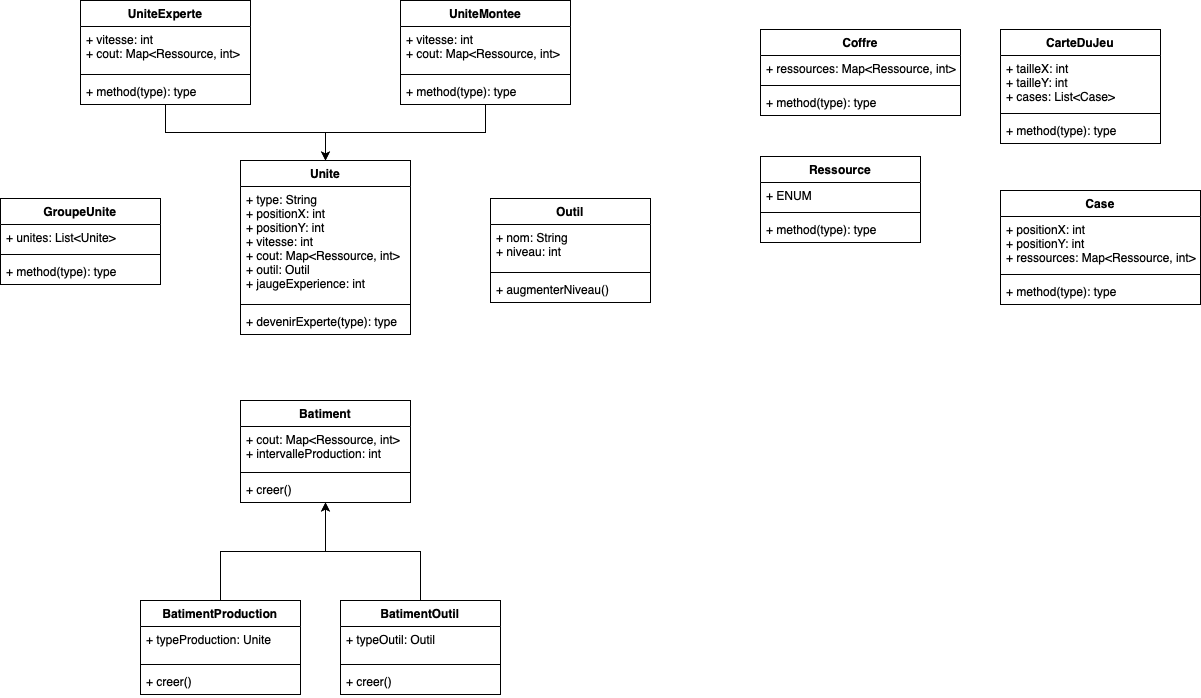
This is diagramme.png from GaruXer/TP-6-projet, a draw.io export, as it was before one commit. Source tidied: cells renumbered, new cells last; positions are measured from the earlier drawing's top-left corner, leaving out a move shared by most shapes.
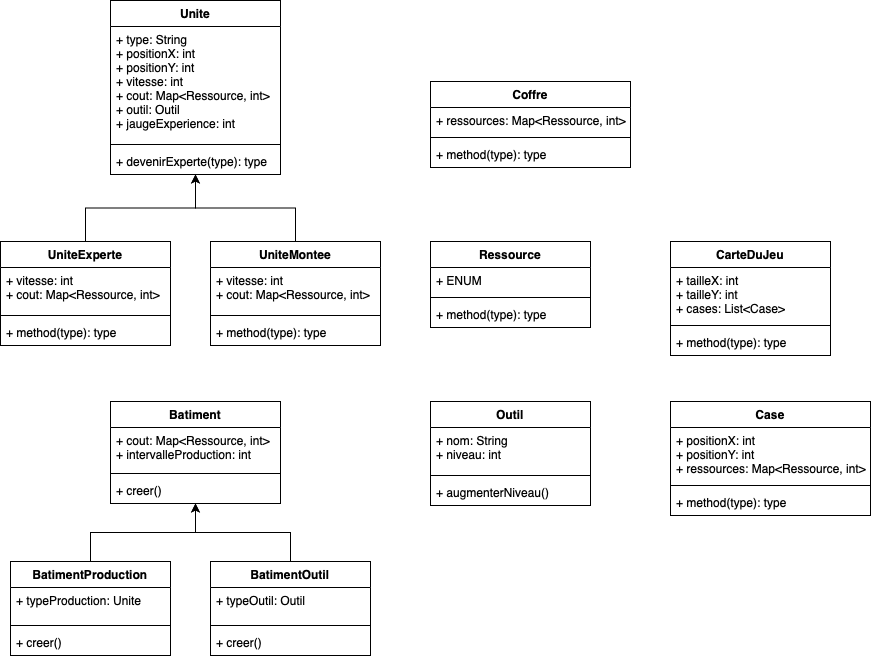
Above is the later version.

Commit message:
modification du diagramme

Change to the diagram source:
```diff
@@ -3,7 +3,7 @@
     <mxCell id="0" />
     <mxCell id="1" parent="0" />
     <mxCell id="2" value="CarteDuJeu" style="swimlane;fontStyle=1;align=center;verticalAlign=top;horizontal=1;startSize=26;whiteSpace=wrap;html=1;" parent="1" vertex="1">
-      <mxGeometry x="1000" y="29" width="160" height="114" as="geometry" />
+      <mxGeometry x="800" y="240" width="160" height="114" as="geometry" />
     </mxCell>
     <mxCell id="3" value="+ tailleX: int&lt;br&gt;+ tailleY: int&lt;br&gt;+ cases: List&amp;lt;Case&amp;gt;" style="text;strokeColor=none;fillColor=none;align=left;verticalAlign=top;spacingLeft=4;spacingRight=4;overflow=hidden;whiteSpace=wrap;html=1;" parent="2" vertex="1">
       <mxGeometry y="26" width="160" height="54" as="geometry" />
@@ -15,7 +15,7 @@
       <mxGeometry y="88" width="160" height="26" as="geometry" />
     </mxCell>
     <mxCell id="6" value="Case" style="swimlane;fontStyle=1;align=center;verticalAlign=top;horizontal=1;startSize=26;whiteSpace=wrap;html=1;" parent="1" vertex="1">
-      <mxGeometry x="1000" y="190" width="200" height="114" as="geometry" />
+      <mxGeometry x="800" y="400" width="200" height="114" as="geometry" />
     </mxCell>
     <mxCell id="7" value="+ positionX: int&lt;br&gt;+ positionY: int&lt;br&gt;+ ressources: Map&amp;lt;Ressource, int&amp;gt;" style="text;strokeColor=none;fillColor=none;align=left;verticalAlign=top;spacingLeft=4;spacingRight=4;overflow=hidden;whiteSpace=wrap;html=1;" parent="6" vertex="1">
       <mxGeometry y="26" width="200" height="54" as="geometry" />
@@ -39,7 +39,7 @@
       <mxGeometry y="76" width="170" height="26" as="geometry" />
     </mxCell>
     <mxCell id="14" value="Unite" style="swimlane;fontStyle=1;align=center;verticalAlign=top;horizontal=1;startSize=26;whiteSpace=wrap;html=1;" parent="1" vertex="1">
-      <mxGeometry x="240" y="160" width="170" height="174" as="geometry" />
+      <mxGeometry x="240" y="-1" width="170" height="174" as="geometry" />
     </mxCell>
     <mxCell id="15" value="+ type: String&lt;br&gt;+ positionX: int&lt;br&gt;+ positionY: int&lt;br&gt;+ vitesse: int&lt;br&gt;+ cout: Map&amp;lt;Ressource, int&amp;gt;&lt;br&gt;+ outil: Outil&lt;br&gt;+ jaugeExperience: int" style="text;strokeColor=none;fillColor=none;align=left;verticalAlign=top;spacingLeft=4;spacingRight=4;overflow=hidden;whiteSpace=wrap;html=1;" parent="14" vertex="1">
       <mxGeometry y="26" width="170" height="114" as="geometry" />
@@ -50,20 +50,8 @@
     <mxCell id="17" value="+ devenirExperte(type): type" style="text;strokeColor=none;fillColor=none;align=left;verticalAlign=top;spacingLeft=4;spacingRight=4;overflow=hidden;whiteSpace=wrap;html=1;" parent="14" vertex="1">
       <mxGeometry y="148" width="170" height="26" as="geometry" />
     </mxCell>
-    <mxCell id="18" value="GroupeUnite" style="swimlane;fontStyle=1;align=center;verticalAlign=top;horizontal=1;startSize=26;whiteSpace=wrap;html=1;" parent="1" vertex="1">
-      <mxGeometry y="198" width="160" height="86" as="geometry" />
-    </mxCell>
-    <mxCell id="19" value="+ unites: List&amp;lt;Unite&amp;gt;" style="text;strokeColor=none;fillColor=none;align=left;verticalAlign=top;spacingLeft=4;spacingRight=4;overflow=hidden;whiteSpace=wrap;html=1;" parent="18" vertex="1">
-      <mxGeometry y="26" width="160" height="26" as="geometry" />
-    </mxCell>
-    <mxCell id="20" style="line;strokeWidth=1;fillColor=none;align=left;verticalAlign=middle;spacingTop=-1;spacingLeft=3;spacingRight=3;labelPosition=right;strokeColor=inherit;" parent="18" vertex="1">
-      <mxGeometry y="52" width="160" height="8" as="geometry" />
-    </mxCell>
-    <mxCell id="21" value="+ method(type): type" style="text;strokeColor=none;fillColor=none;align=left;verticalAlign=top;spacingLeft=4;spacingRight=4;overflow=hidden;whiteSpace=wrap;html=1;" parent="18" vertex="1">
-      <mxGeometry y="60" width="160" height="26" as="geometry" />
-    </mxCell>
     <mxCell id="22" value="Ressource" style="swimlane;fontStyle=1;align=center;verticalAlign=top;horizontal=1;startSize=26;whiteSpace=wrap;html=1;" parent="1" vertex="1">
-      <mxGeometry x="760" y="156" width="160" height="86" as="geometry" />
+      <mxGeometry x="560" y="240" width="160" height="86" as="geometry" />
     </mxCell>
     <mxCell id="23" value="+ ENUM" style="text;strokeColor=none;fillColor=none;align=left;verticalAlign=top;spacingLeft=4;spacingRight=4;overflow=hidden;whiteSpace=wrap;html=1;" parent="22" vertex="1">
       <mxGeometry y="26" width="160" height="26" as="geometry" />
@@ -75,7 +63,7 @@
       <mxGeometry y="60" width="160" height="26" as="geometry" />
     </mxCell>
     <mxCell id="26" value="Outil" style="swimlane;fontStyle=1;align=center;verticalAlign=top;horizontal=1;startSize=26;whiteSpace=wrap;html=1;" parent="1" vertex="1">
-      <mxGeometry x="490" y="198" width="160" height="104" as="geometry" />
+      <mxGeometry x="560" y="400" width="160" height="104" as="geometry" />
     </mxCell>
     <mxCell id="27" value="+ nom: String&lt;br&gt;+ niveau: int" style="text;strokeColor=none;fillColor=none;align=left;verticalAlign=top;spacingLeft=4;spacingRight=4;overflow=hidden;whiteSpace=wrap;html=1;" parent="26" vertex="1">
       <mxGeometry y="26" width="160" height="44" as="geometry" />
@@ -87,7 +75,7 @@
       <mxGeometry y="78" width="160" height="26" as="geometry" />
     </mxCell>
     <mxCell id="30" value="Coffre" style="swimlane;fontStyle=1;align=center;verticalAlign=top;horizontal=1;startSize=26;whiteSpace=wrap;html=1;" parent="1" vertex="1">
-      <mxGeometry x="760" y="29" width="200" height="86" as="geometry" />
+      <mxGeometry x="560" y="80" width="200" height="86" as="geometry" />
     </mxCell>
     <mxCell id="31" value="+ ressources: Map&amp;lt;Ressource, int&amp;gt;" style="text;strokeColor=none;fillColor=none;align=left;verticalAlign=top;spacingLeft=4;spacingRight=4;overflow=hidden;whiteSpace=wrap;html=1;" parent="30" vertex="1">
       <mxGeometry y="26" width="200" height="26" as="geometry" />
@@ -98,11 +86,11 @@
     <mxCell id="33" value="+ method(type): type" style="text;strokeColor=none;fillColor=none;align=left;verticalAlign=top;spacingLeft=4;spacingRight=4;overflow=hidden;whiteSpace=wrap;html=1;" parent="30" vertex="1">
       <mxGeometry y="60" width="200" height="26" as="geometry" />
     </mxCell>
-    <mxCell id="34" style="edgeStyle=orthogonalEdgeStyle;rounded=0;jettySize=auto;html=1;entryX=0.5;entryY=0;entryDx=0;entryDy=0;" parent="1" edge="1" source="35" target="14">
+    <mxCell id="34" style="edgeStyle=orthogonalEdgeStyle;rounded=0;jettySize=auto;html=1;exitX=0.5;exitY=0;exitDx=0;exitDy=0;entryX=0.5;entryY=1;entryDx=0;entryDy=0;" parent="1" edge="1" source="35" target="14">
       <mxGeometry relative="1" as="geometry" />
     </mxCell>
     <mxCell id="35" value="UniteMontee" style="swimlane;fontStyle=1;align=center;verticalAlign=top;horizontal=1;startSize=26;whiteSpace=wrap;html=1;" parent="1" vertex="1">
-      <mxGeometry x="400" width="170" height="104" as="geometry" />
+      <mxGeometry x="340" y="240" width="170" height="104" as="geometry" />
     </mxCell>
     <mxCell id="36" value="+ vitesse: int&lt;br&gt;+ cout: Map&amp;lt;Ressource, int&amp;gt;" style="text;strokeColor=none;fillColor=none;align=left;verticalAlign=top;spacingLeft=4;spacingRight=4;overflow=hidden;whiteSpace=wrap;html=1;" parent="35" vertex="1">
       <mxGeometry y="26" width="170" height="44" as="geometry" />
@@ -113,11 +101,11 @@
     <mxCell id="38" value="+ method(type): type" style="text;strokeColor=none;fillColor=none;align=left;verticalAlign=top;spacingLeft=4;spacingRight=4;overflow=hidden;whiteSpace=wrap;html=1;" parent="35" vertex="1">
       <mxGeometry y="78" width="170" height="26" as="geometry" />
     </mxCell>
-    <mxCell id="39" style="edgeStyle=orthogonalEdgeStyle;rounded=0;jettySize=auto;html=1;entryX=0.5;entryY=0;entryDx=0;entryDy=0;" parent="1" edge="1" source="40" target="14">
+    <mxCell id="39" style="edgeStyle=orthogonalEdgeStyle;rounded=0;jettySize=auto;html=1;exitX=0.5;exitY=0;exitDx=0;exitDy=0;entryX=0.5;entryY=1;entryDx=0;entryDy=0;" parent="1" edge="1" source="40" target="14">
       <mxGeometry relative="1" as="geometry" />
     </mxCell>
     <mxCell id="40" value="UniteExperte" style="swimlane;fontStyle=1;align=center;verticalAlign=top;horizontal=1;startSize=26;whiteSpace=wrap;html=1;" parent="1" vertex="1">
-      <mxGeometry x="80" width="170" height="104" as="geometry" />
+      <mxGeometry x="130" y="240" width="170" height="104" as="geometry" />
     </mxCell>
     <mxCell id="41" value="+ vitesse: int&lt;br&gt;+ cout: Map&amp;lt;Ressource, int&amp;gt;" style="text;strokeColor=none;fillColor=none;align=left;verticalAlign=top;spacingLeft=4;spacingRight=4;overflow=hidden;whiteSpace=wrap;html=1;" parent="40" vertex="1">
       <mxGeometry y="26" width="170" height="44" as="geometry" />
@@ -132,7 +120,7 @@
       <mxGeometry relative="1" as="geometry" />
     </mxCell>
     <mxCell id="45" value="BatimentProduction" style="swimlane;fontStyle=1;align=center;verticalAlign=top;horizontal=1;startSize=26;whiteSpace=wrap;html=1;" parent="1" vertex="1">
-      <mxGeometry x="140" y="600" width="160" height="94" as="geometry" />
+      <mxGeometry x="140" y="560" width="160" height="94" as="geometry" />
     </mxCell>
     <mxCell id="46" value="+ typeProduction: Unite" style="text;strokeColor=none;fillColor=none;align=left;verticalAlign=top;spacingLeft=4;spacingRight=4;overflow=hidden;whiteSpace=wrap;html=1;" parent="45" vertex="1">
       <mxGeometry y="26" width="160" height="34" as="geometry" />
@@ -147,7 +135,7 @@
       <mxGeometry relative="1" as="geometry" />
     </mxCell>
     <mxCell id="50" value="BatimentOutil" style="swimlane;fontStyle=1;align=center;verticalAlign=top;horizontal=1;startSize=26;whiteSpace=wrap;html=1;" parent="1" vertex="1">
-      <mxGeometry x="340" y="600" width="160" height="94" as="geometry" />
+      <mxGeometry x="340" y="560" width="160" height="94" as="geometry" />
     </mxCell>
     <mxCell id="51" value="+ typeOutil: Outil" style="text;strokeColor=none;fillColor=none;align=left;verticalAlign=top;spacingLeft=4;spacingRight=4;overflow=hidden;whiteSpace=wrap;html=1;" parent="50" vertex="1">
       <mxGeometry y="26" width="160" height="34" as="geometry" />
```
